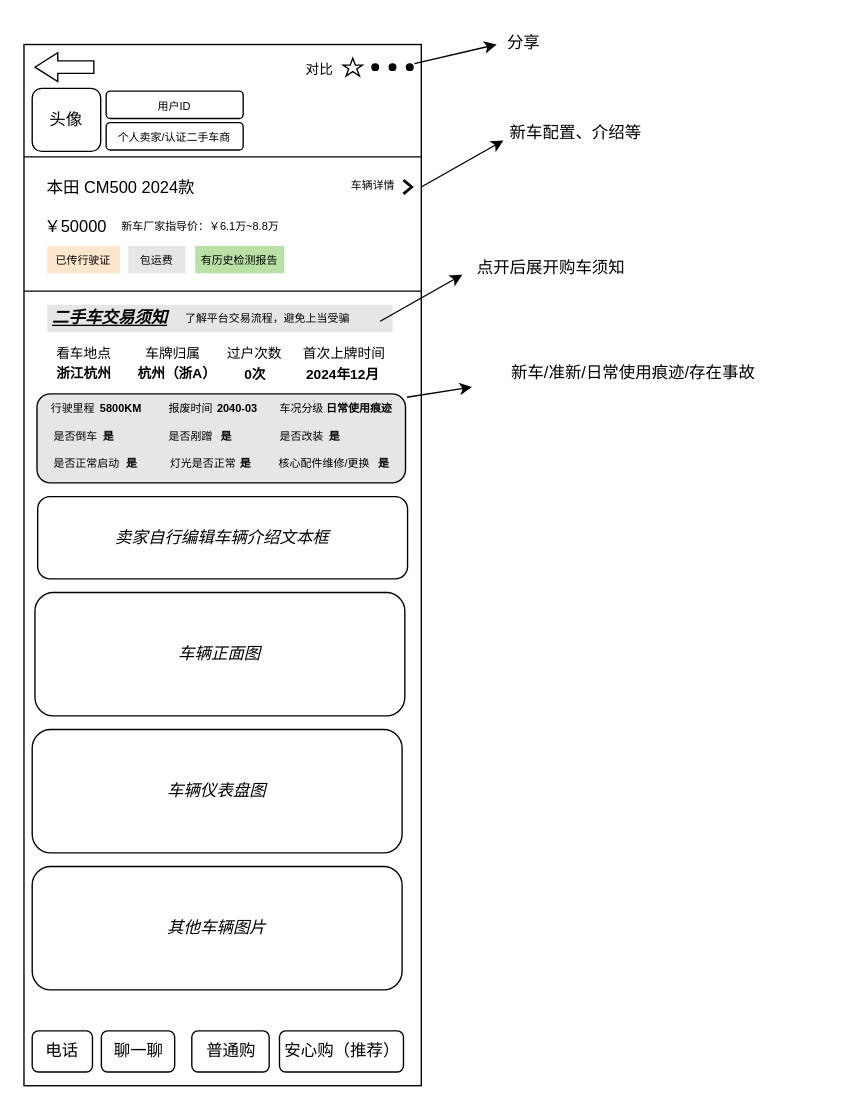
MoWan-inc/sketch keeps this draw.io diagram as page "下单页" (1 of 4) of 下单页.drawio. Above is the earlier version. Source tidied: cells renumbered, new cells numbered last; positions are measured from the earlier drawing's top-left corner, leaving out a move shared by most shapes. Both pictures are drawn from the tidied source at 137%, with x=0, y=0 at pixel (23, 22).
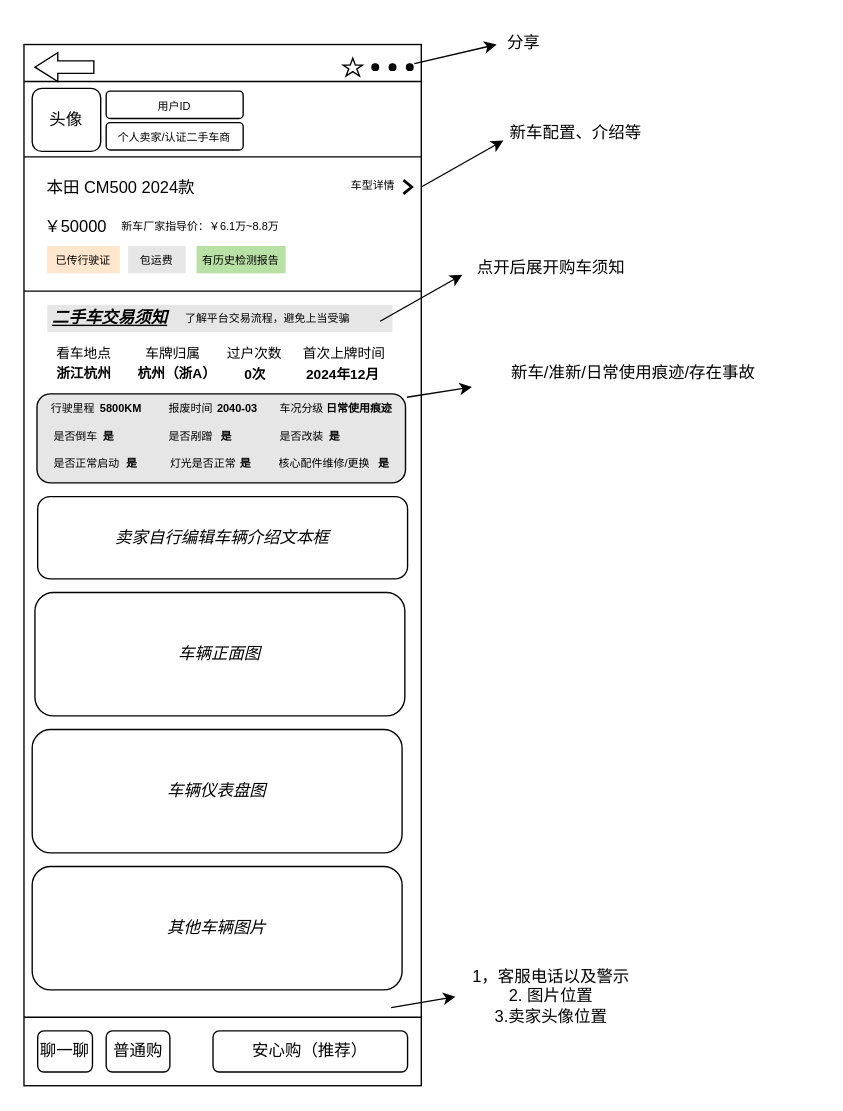
After the change.

Change to the diagram source:
```diff
@@
-    <mxCell id="10" value="&lt;font style=&quot;font-size: 10px;&quot;&gt;对比&lt;/font&gt;" style="whiteSpace=wrap;html=1;strokeColor=none;strokeWidth=1;" parent="1" vertex="1">
-      <mxGeometry x="196" y="25" width="40" height="18" as="geometry" />
-    </mxCell>
@@
-    <mxCell id="14" value="&lt;font style=&quot;font-size: 8px;&quot;&gt;车辆详情&lt;/font&gt;" style="text;strokeColor=none;align=center;fillColor=none;html=1;verticalAlign=middle;whiteSpace=wrap;rounded=0;" parent="1" vertex="1">
+    <mxCell id="14" value="&lt;font style=&quot;font-size: 8px;&quot;&gt;车型详情&lt;/font&gt;" style="text;strokeColor=none;align=center;fillColor=none;html=1;verticalAlign=middle;whiteSpace=wrap;rounded=0;" parent="1" vertex="1">
       <mxGeometry x="225" y="103" width="60" height="30" as="geometry" />
     </mxCell>
@@
     <mxCell id="22" value="&lt;font style=&quot;font-size: 8px; color: rgb(0, 0, 0);&quot;&gt;有历史检测报告&lt;/font&gt;" style="text;strokeColor=none;align=center;fillColor=#B9E0A5;html=1;verticalAlign=middle;whiteSpace=wrap;rounded=0;" parent="1" vertex="1">
-      <mxGeometry x="125" y="163" width="65" height="20" as="geometry" />
+      <mxGeometry x="126" y="163" width="65" height="20" as="geometry" />
     </mxCell>
@@
-    <mxCell id="63" value="电话" style="rounded=1;whiteSpace=wrap;html=1;" parent="1" vertex="1">
-      <mxGeometry x="6" y="736" width="44" height="30" as="geometry" />
-    </mxCell>
     <mxCell id="64" value="聊一聊" style="rounded=1;whiteSpace=wrap;html=1;" parent="1" vertex="1">
-      <mxGeometry x="56.5" y="736" width="53.5" height="30" as="geometry" />
+      <mxGeometry x="10" y="736" width="40" height="30" as="geometry" />
     </mxCell>
     <mxCell id="65" value="安心购（推荐）" style="rounded=1;whiteSpace=wrap;html=1;" parent="1" vertex="1">
-      <mxGeometry x="186.5" y="736" width="90.5" height="30" as="geometry" />
+      <mxGeometry x="138" y="736" width="142" height="30" as="geometry" />
     </mxCell>
     <mxCell id="66" value="普通购" style="rounded=1;whiteSpace=wrap;html=1;" parent="1" vertex="1">
-      <mxGeometry x="122.5" y="736" width="56.5" height="30" as="geometry" />
+      <mxGeometry x="60" y="736" width="46.5" height="30" as="geometry" />
     </mxCell>
+    <mxCell id="67" style="endArrow=none;html=1;rounded=0;" parent="1" edge="1">
+      <mxGeometry relative="1" as="geometry">
+        <mxPoint y="43" as="sourcePoint" />
+        <mxPoint x="290" y="43" as="targetPoint" />
+        <Array as="points">
+          <mxPoint x="290" y="43" />
+        </Array>
+      </mxGeometry>
+    </mxCell>
+    <mxCell id="68" style="endArrow=none;html=1;rounded=0;" parent="1" edge="1">
+      <mxGeometry relative="1" as="geometry">
+        <mxPoint y="726" as="sourcePoint" />
+        <mxPoint x="290" y="726" as="targetPoint" />
+        <Array as="points">
+          <mxPoint x="290" y="726" />
+        </Array>
+      </mxGeometry>
+    </mxCell>
+    <mxCell id="69" value="1，客服电话以及警示&lt;div&gt;2. 图片位置&lt;/div&gt;&lt;div&gt;3.卖家头像位置&lt;/div&gt;" style="text;strokeColor=none;align=center;fillColor=none;html=1;verticalAlign=middle;whiteSpace=wrap;rounded=0;" parent="1" vertex="1">
+      <mxGeometry x="320" y="696" width="130" height="30" as="geometry" />
+    </mxCell>
+    <mxCell id="70" style="endArrow=classic;html=1;rounded=0;exitX=1;exitY=0.25;exitDx=0;exitDy=0;" parent="1" edge="1">
+      <mxGeometry relative="1" as="geometry">
+        <mxPoint x="268" y="719" as="sourcePoint" />
+        <mxPoint x="315" y="711" as="targetPoint" />
+      </mxGeometry>
+    </mxCell>
```
